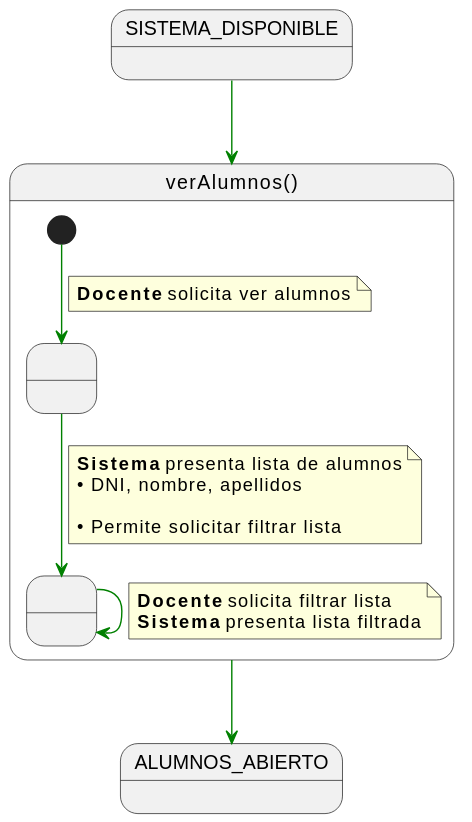
The PlantUML diagram documents/casos-de-uso/detalladoCasosDeUso/verAlumnos/verAlumnos.svg in martinlopez7/25-26-IdSw1-SdR, before a commit.
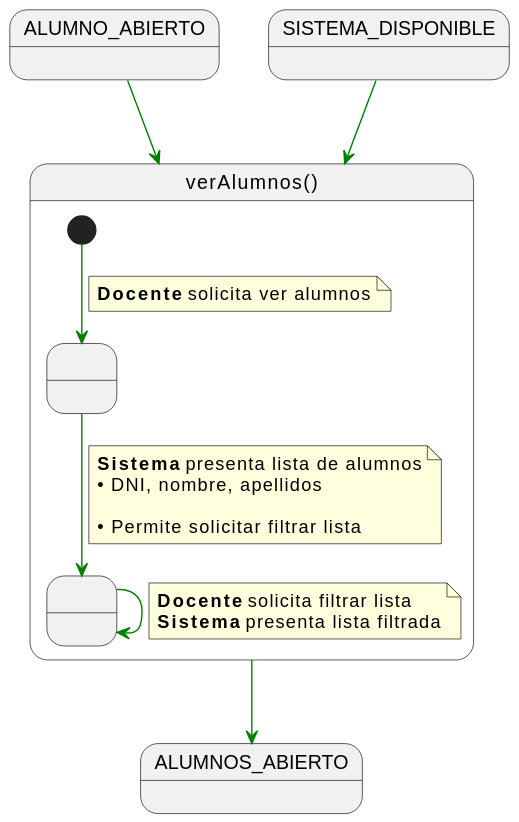
The same file after the commit.

Change to the diagram source:
```diff
@@ -1,5 +1,7 @@
 @startuml
 skinparam linetype polyline
+
+state ALUMNO_ABIERTO
 
 state verAlumnos as "verAlumnos()" {
 
@@ -29,5 +31,7 @@
 
 SISTEMA_DISPONIBLE -[#green]-> verAlumnos
 
+ALUMNO_ABIERTO -[#green]-> verAlumnos
+
 verAlumnos -[#green]-> ALUMNOS_ABIERTO
 @enduml
```
